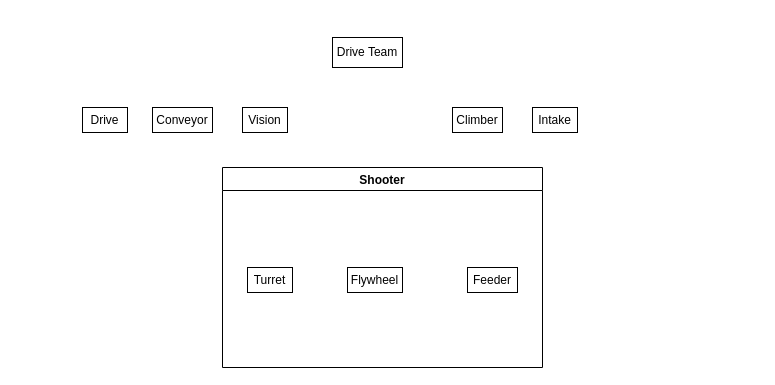
Before: Robot.drawio in FRC6498/Charts, a draw.io diagram. Source tidied: cells renumbered, new cells numbered last; positions are measured from the earlier drawing's top-left corner, leaving out a move shared by most shapes. Both pictures are drawn from the tidied source at 100%, with x=0, y=0 at pixel (82, 37).
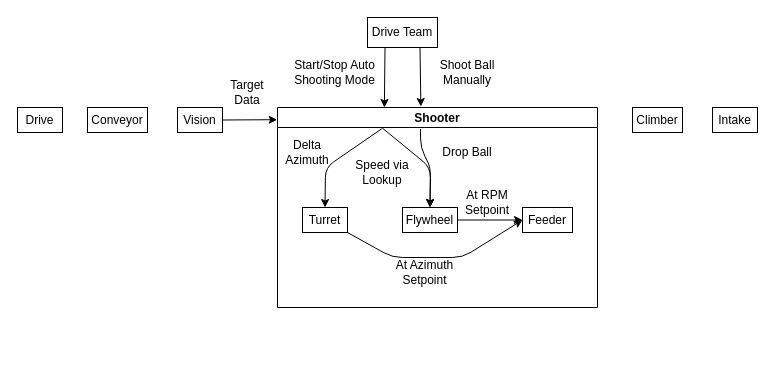
The same page after the edit.

Commit message (it also covers changes not shown here):
flowcharts with lyle

The change refers to these unchanged cells:
```xml
<mxCell id="9" value="Turret" style="whiteSpace=wrap;html=1;rounded=0;" parent="8" vertex="1">
  <mxGeometry x="25" y="100" width="45" height="25" as="geometry" />
</mxCell>
<mxCell id="10" value="Flywheel" style="whiteSpace=wrap;html=1;rounded=0;" parent="8" vertex="1">
  <mxGeometry x="125" y="100" width="55" height="25" as="geometry" />
</mxCell>
<mxCell id="11" value="Feeder" style="whiteSpace=wrap;html=1;rounded=0;" parent="8" vertex="1">
  <mxGeometry x="245" y="100" width="50" height="25" as="geometry" />
</mxCell>
```

What changed in the source:
```diff
@@
+    <mxCell id="12" style="edgeStyle=none;html=1;entryX=0.334;entryY=0;entryDx=0;entryDy=0;fontSize=12;exitX=0.25;exitY=1;exitDx=0;exitDy=0;entryPerimeter=0;" parent="1" edge="1" source="2" target="8">
+      <mxGeometry relative="1" as="geometry" />
+    </mxCell>
+    <mxCell id="13" style="edgeStyle=none;html=1;exitX=0.75;exitY=1;exitDx=0;exitDy=0;entryX=0.448;entryY=-0.005;entryDx=0;entryDy=0;fontSize=12;entryPerimeter=0;" parent="1" edge="1" source="2" target="8">
+      <mxGeometry relative="1" as="geometry" />
+    </mxCell>
     <mxCell id="2" value="Drive Team" style="rounded=0;whiteSpace=wrap;html=1;" parent="1" vertex="1">
-      <mxGeometry x="250" width="70" height="30" as="geometry" />
+      <mxGeometry x="285" y="-20" width="70" height="30" as="geometry" />
     </mxCell>
     <mxCell id="3" value="Intake" style="whiteSpace=wrap;html=1;rounded=0;" parent="1" vertex="1">
-      <mxGeometry x="450" y="70" width="45" height="25" as="geometry" />
+      <mxGeometry x="630" y="70" width="45" height="25" as="geometry" />
     </mxCell>
     <mxCell id="4" value="Drive" style="whiteSpace=wrap;html=1;rounded=0;" parent="1" vertex="1">
-      <mxGeometry y="70" width="45" height="25" as="geometry" />
+      <mxGeometry x="-65" y="70" width="45" height="25" as="geometry" />
     </mxCell>
     <mxCell id="5" value="Conveyor" style="whiteSpace=wrap;html=1;rounded=0;" parent="1" vertex="1">
-      <mxGeometry x="70" y="70" width="60" height="25" as="geometry" />
+      <mxGeometry x="5" y="70" width="60" height="25" as="geometry" />
     </mxCell>
     <mxCell id="6" value="Climber" style="whiteSpace=wrap;html=1;rounded=0;" parent="1" vertex="1">
-      <mxGeometry x="370" y="70" width="50" height="25" as="geometry" />
+      <mxGeometry x="550" y="70" width="50" height="25" as="geometry" />
     </mxCell>
+    <mxCell id="14" style="edgeStyle=none;html=1;fontSize=12;entryX=-0.001;entryY=0.061;entryDx=0;entryDy=0;entryPerimeter=0;exitX=1;exitY=0.5;exitDx=0;exitDy=0;" parent="1" edge="1" source="7" target="8">
+      <mxGeometry relative="1" as="geometry" />
+    </mxCell>
     <mxCell id="7" value="Vision" style="whiteSpace=wrap;html=1;rounded=0;" parent="1" vertex="1">
-      <mxGeometry x="160" y="70" width="45" height="25" as="geometry" />
+      <mxGeometry x="95" y="70" width="45" height="25" as="geometry" />
     </mxCell>
-    <mxCell id="8" value="Shooter" style="swimlane;fontSize=12;fillColor=none;" parent="1" vertex="1">
-      <mxGeometry x="140" y="130" width="320" height="200" as="geometry" />
+    <mxCell id="8" value="Shooter" style="swimlane;fontSize=12;fillColor=none;startSize=20;" parent="1" vertex="1">
+      <mxGeometry x="195" y="70" width="320" height="200" as="geometry" />
     </mxCell>
+    <mxCell id="15" style="edgeStyle=none;html=1;entryX=0;entryY=0.5;entryDx=0;entryDy=0;fontSize=12;" parent="8" edge="1" source="9" target="11">
+      <mxGeometry relative="1" as="geometry">
+        <Array as="points">
+          <mxPoint x="115" y="150" />
+          <mxPoint x="185" y="150" />
+        </Array>
+      </mxGeometry>
+    </mxCell>
@@
+    <mxCell id="16" style="edgeStyle=none;html=1;entryX=0.5;entryY=0;entryDx=0;entryDy=0;fontSize=12;exitX=0.326;exitY=0.106;exitDx=0;exitDy=0;exitPerimeter=0;" parent="8" edge="1" source="8" target="9">
+      <mxGeometry relative="1" as="geometry">
+        <Array as="points">
+          <mxPoint x="48" y="60" />
+        </Array>
+      </mxGeometry>
+    </mxCell>
+    <mxCell id="17" value="Delta Azimuth" style="text;html=1;strokeColor=none;fillColor=none;align=center;verticalAlign=middle;whiteSpace=wrap;rounded=0;fontSize=12;" parent="8" vertex="1">
+      <mxGeometry y="30" width="60" height="30" as="geometry" />
+    </mxCell>
+    <mxCell id="18" style="edgeStyle=none;html=1;entryX=0.5;entryY=0;entryDx=0;entryDy=0;fontSize=12;exitX=0.327;exitY=0.102;exitDx=0;exitDy=0;exitPerimeter=0;" parent="8" edge="1" source="8" target="10">
+      <mxGeometry relative="1" as="geometry">
+        <Array as="points">
+          <mxPoint x="153" y="60" />
+        </Array>
+      </mxGeometry>
+    </mxCell>
+    <mxCell id="19" value="Speed via Lookup" style="text;html=1;strokeColor=none;fillColor=none;align=center;verticalAlign=middle;whiteSpace=wrap;rounded=0;fontSize=12;" parent="8" vertex="1">
+      <mxGeometry x="75" y="50" width="60" height="30" as="geometry" />
+    </mxCell>
+    <mxCell id="20" value="At RPM Setpoint" style="text;html=1;strokeColor=none;fillColor=none;align=center;verticalAlign=middle;whiteSpace=wrap;rounded=0;fontSize=12;" parent="8" vertex="1">
+      <mxGeometry x="180" y="80" width="60" height="30" as="geometry" />
+    </mxCell>
+    <mxCell id="21" value="At Azimuth Setpoint" style="text;html=1;strokeColor=none;fillColor=none;align=center;verticalAlign=middle;whiteSpace=wrap;rounded=0;fontSize=12;" parent="8" vertex="1">
+      <mxGeometry x="115" y="150" width="65" height="30" as="geometry" />
+    </mxCell>
+    <mxCell id="22" style="endArrow=classic;html=1;fontSize=12;exitX=0.447;exitY=0.107;exitDx=0;exitDy=0;exitPerimeter=0;entryX=0.5;entryY=0;entryDx=0;entryDy=0;" parent="8" edge="1" source="8" target="10">
+      <mxGeometry relative="1" as="geometry">
+        <Array as="points">
+          <mxPoint x="143" y="40" />
+          <mxPoint x="153" y="60" />
+        </Array>
+      </mxGeometry>
+    </mxCell>
+    <mxCell id="23" value="Drop Ball" style="text;html=1;strokeColor=none;fillColor=none;align=center;verticalAlign=middle;whiteSpace=wrap;rounded=0;fontSize=12;" parent="8" vertex="1">
+      <mxGeometry x="160" y="30" width="60" height="30" as="geometry" />
+    </mxCell>
+    <mxCell id="24" value="Target Data" style="text;html=1;strokeColor=none;fillColor=none;align=center;verticalAlign=middle;whiteSpace=wrap;rounded=0;fontSize=12;" parent="1" vertex="1">
+      <mxGeometry x="135" y="40" width="60" height="30" as="geometry" />
+    </mxCell>
+    <mxCell id="25" style="edgeStyle=none;html=1;fontSize=12;" parent="1" edge="1" source="10">
+      <mxGeometry relative="1" as="geometry">
+        <mxPoint x="440" y="182.5" as="targetPoint" />
+      </mxGeometry>
+    </mxCell>
+    <mxCell id="26" value="Start/Stop Auto Shooting Mode" style="text;html=1;strokeColor=none;fillColor=none;align=center;verticalAlign=middle;whiteSpace=wrap;rounded=0;fontSize=12;" parent="1" vertex="1">
+      <mxGeometry x="210" y="20" width="85" height="30" as="geometry" />
+    </mxCell>
+    <mxCell id="27" value="Shoot Ball Manually" style="text;html=1;strokeColor=none;fillColor=none;align=center;verticalAlign=middle;whiteSpace=wrap;rounded=0;fontSize=12;" parent="1" vertex="1">
+      <mxGeometry x="355" y="20" width="60" height="30" as="geometry" />
+    </mxCell>
```
